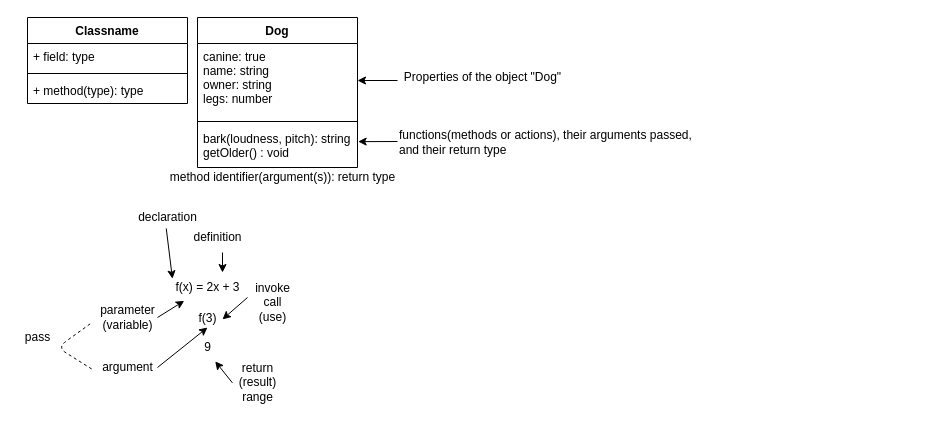
The draw.io diagram CSCS1240Notes.drawio in patrick965/CSCS1240S21, before the edit. Source tidied: cells renumbered, new cells numbered last; positions are measured from the earlier drawing's top-left corner, leaving out a move shared by most shapes. Both pictures are drawn from the tidied source at 100%, with x=0, y=0 at pixel (17, 17).
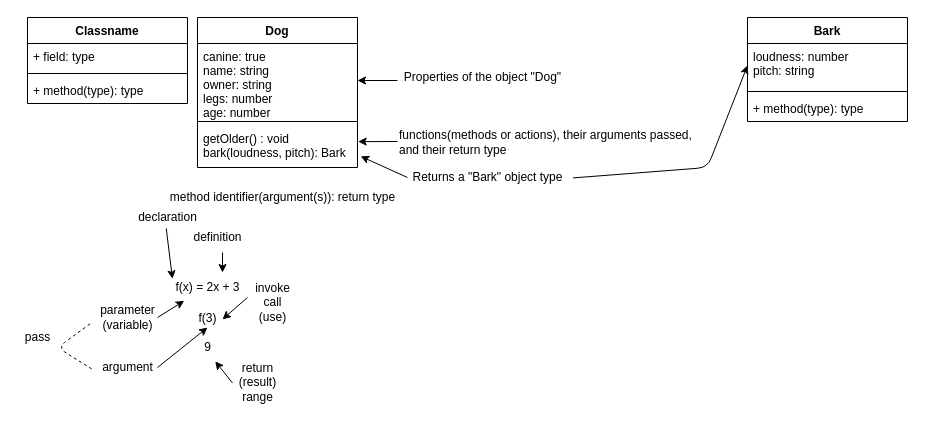
The same diagram, later.

The change refers to these unchanged cells:
```xml
<mxCell id="6" value="Dog" style="swimlane;fontStyle=1;align=center;verticalAlign=top;horizontal=1;startSize=26;" parent="1" vertex="1">
  <mxGeometry x="180" width="160" height="150" as="geometry" />
</mxCell>
```

What changed in the source:
```diff
@@
-    <mxCell id="7" value="canine: true&#10;name: string&#10;owner: string&#10;legs: number&#10;" style="text;strokeColor=none;fillColor=none;align=left;verticalAlign=top;spacingLeft=4;spacingRight=4;overflow=hidden;points=[[0,0.5],[1,0.5]];portConstraint=eastwest;" parent="6" vertex="1">
+    <mxCell id="7" value="canine: true&#10;name: string&#10;owner: string&#10;legs: number&#10;age: number" style="text;strokeColor=none;fillColor=none;align=left;verticalAlign=top;spacingLeft=4;spacingRight=4;overflow=hidden;points=[[0,0.5],[1,0.5]];portConstraint=eastwest;" parent="6" vertex="1">
       <mxGeometry y="26" width="160" height="74" as="geometry" />
     </mxCell>
@@
-    <mxCell id="9" value="bark(loudness, pitch): string&#10;getOlder() : void" style="text;strokeColor=none;fillColor=none;align=left;verticalAlign=top;spacingLeft=4;spacingRight=4;overflow=hidden;points=[[0,0.5],[1,0.5]];portConstraint=eastwest;" parent="6" vertex="1">
+    <mxCell id="9" value="getOlder() : void&#10;bark(loudness, pitch): Bark" style="text;strokeColor=none;fillColor=none;align=left;verticalAlign=top;spacingLeft=4;spacingRight=4;overflow=hidden;points=[[0,0.5],[1,0.5]];portConstraint=eastwest;" parent="6" vertex="1">
       <mxGeometry y="108" width="160" height="42" as="geometry" />
     </mxCell>
@@
     <mxCell id="30" value="method identifier(argument(s)): return type" style="text;html=1;align=center;verticalAlign=middle;" parent="1" vertex="1">
-      <mxGeometry x="145" y="150" width="240" height="20" as="geometry" />
+      <mxGeometry x="145" y="170" width="240" height="20" as="geometry" />
     </mxCell>
+    <mxCell id="31" style="endArrow=classic;html=1;entryX=1.02;entryY=0.734;entryDx=0;entryDy=0;entryPerimeter=0;" parent="1" edge="1" target="9">
+      <mxGeometry relative="1" as="geometry">
+        <mxPoint x="390" y="160" as="sourcePoint" />
+      </mxGeometry>
+    </mxCell>
+    <mxCell id="32" value="Returns a &quot;Bark&quot; object type" style="text;html=1;align=center;verticalAlign=middle;points=[];" parent="1" vertex="1">
+      <mxGeometry x="385" y="150" width="170" height="20" as="geometry" />
+    </mxCell>
+    <mxCell id="33" value="Bark" style="swimlane;fontStyle=1;align=center;verticalAlign=top;horizontal=1;startSize=26;swimlaneLine=1;" parent="1" vertex="1">
+      <mxGeometry x="730" width="160" height="104" as="geometry" />
+    </mxCell>
+    <mxCell id="34" value="loudness: number&#10;pitch: string&#10;" style="text;strokeColor=none;fillColor=none;align=left;verticalAlign=top;spacingLeft=4;spacingRight=4;overflow=hidden;points=[[0,0.5],[1,0.5]];portConstraint=eastwest;" parent="33" vertex="1">
+      <mxGeometry y="26" width="160" height="44" as="geometry" />
+    </mxCell>
+    <mxCell id="35" style="line;strokeWidth=1;fillColor=none;align=left;verticalAlign=middle;spacingTop=-1;spacingLeft=3;spacingRight=3;labelPosition=right;" parent="33" vertex="1">
+      <mxGeometry y="70" width="160" height="8" as="geometry" />
+    </mxCell>
+    <mxCell id="36" value="+ method(type): type" style="text;strokeColor=none;fillColor=none;align=left;verticalAlign=top;spacingLeft=4;spacingRight=4;overflow=hidden;" parent="33" vertex="1">
+      <mxGeometry y="78" width="160" height="26" as="geometry" />
+    </mxCell>
+    <mxCell id="37" style="endArrow=classic;html=1;exitX=1.003;exitY=0.521;exitDx=0;exitDy=0;exitPerimeter=0;entryX=0;entryY=0.5;entryDx=0;entryDy=0;" parent="1" edge="1" source="32" target="34">
+      <mxGeometry relative="1" as="geometry">
+        <Array as="points">
+          <mxPoint x="690" y="150" />
+        </Array>
+      </mxGeometry>
+    </mxCell>
```
